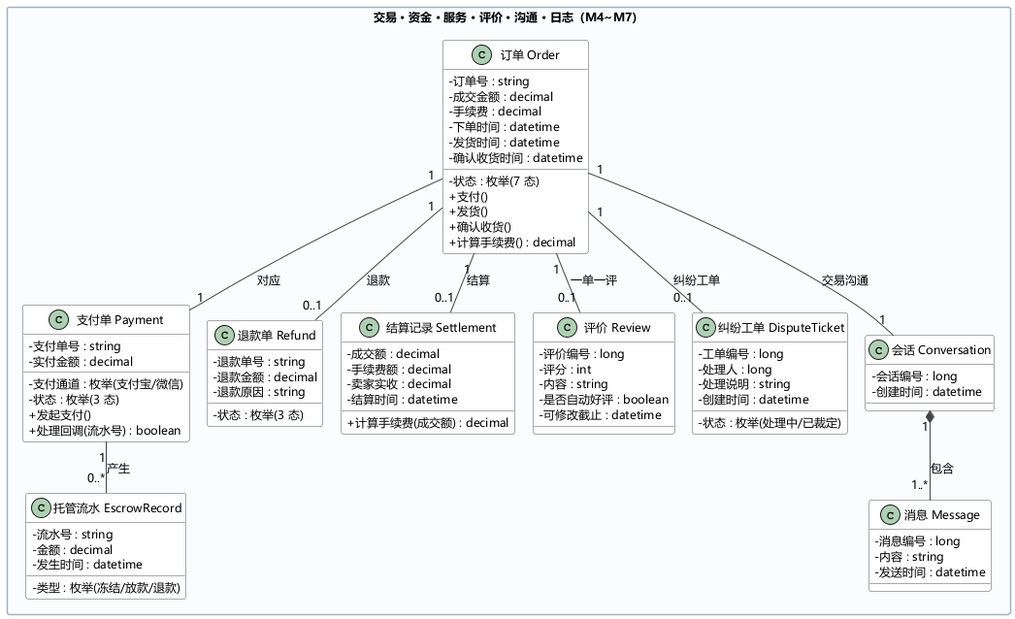
Above: lab02/UML/类图2_交易资金服务.png in XuHR233/SE-lab1-requirements (PlantUML), before the change. Source of this version:
```plantuml
@startuml
skinparam defaultFontName "Microsoft YaHei"
skinparam defaultFontSize 12
skinparam classAttributeIconSize 0
skinparam shadowing false
skinparam nodesep 18
skinparam ranksep 36
skinparam packageStyle rectangle
skinparam class {
  BackgroundColor #FEFEFE
  BorderColor #555555
  ArrowColor #444444
}
skinparam packageBackgroundColor #FAFCFE
skinparam packageBorderColor #9BB2C8

package "交易 · 资金 · 服务 · 评价 · 沟通 · 日志（M4~M7）" as P4 {
  class "订单 Order" as Order {
    -订单号 : string
    -成交金额 : decimal
    -手续费 : decimal
    -状态 : 枚举(7 态)
    -下单时间 : datetime
    -发货时间 : datetime
    -确认收货时间 : datetime
    +支付()
    +发货()
    +确认收货()
    +计算手续费() : decimal
  }
  class "支付单 Payment" as Payment {
    -支付单号 : string
    -支付通道 : 枚举(支付宝/微信)
    -实付金额 : decimal
    -状态 : 枚举(3 态)
    +发起支付()
    +处理回调(流水号) : boolean
  }
  class "托管流水 EscrowRecord" as EscrowRecord {
    -流水号 : string
    -类型 : 枚举(冻结/放款/退款)
    -金额 : decimal
    -发生时间 : datetime
  }
  class "退款单 Refund" as Refund {
    -退款单号 : string
    -退款金额 : decimal
    -退款原因 : string
    -状态 : 枚举(3 态)
  }
  class "结算记录 Settlement" as Settlement {
    -成交额 : decimal
    -手续费额 : decimal
    -卖家实收 : decimal
    -结算时间 : datetime
    +计算手续费(成交额) : decimal
  }
  class "评价 Review" as Review {
    -评价编号 : long
    -评分 : int
    -内容 : string
    -是否自动好评 : boolean
    -可修改截止 : datetime
  }
  class "纠纷工单 DisputeTicket" as DisputeTicket {
    -工单编号 : long
    -处理人 : long
    -处理说明 : string
    -状态 : 枚举(处理中/已裁定)
    -创建时间 : datetime
  }
  class "会话 Conversation" as Conversation {
    -会话编号 : long
    -创建时间 : datetime
  }
  class "消息 Message" as Message {
    -消息编号 : long
    -内容 : string
    -发送时间 : datetime
  }
}

Order "1" -- "1" Payment : 对应
Order "1" -- "0..1" Refund : 退款
Order "1" -- "0..1" Settlement : 结算
Order "1" -- "0..1" Review : 一单一评
Order "1" -- "0..1" DisputeTicket : 纠纷工单
Order "1" -- "1" Conversation : 交易沟通
Payment "1" -- "0..*" EscrowRecord : 产生
Conversation "1" *-- "1..*" Message : 包含

@enduml
```
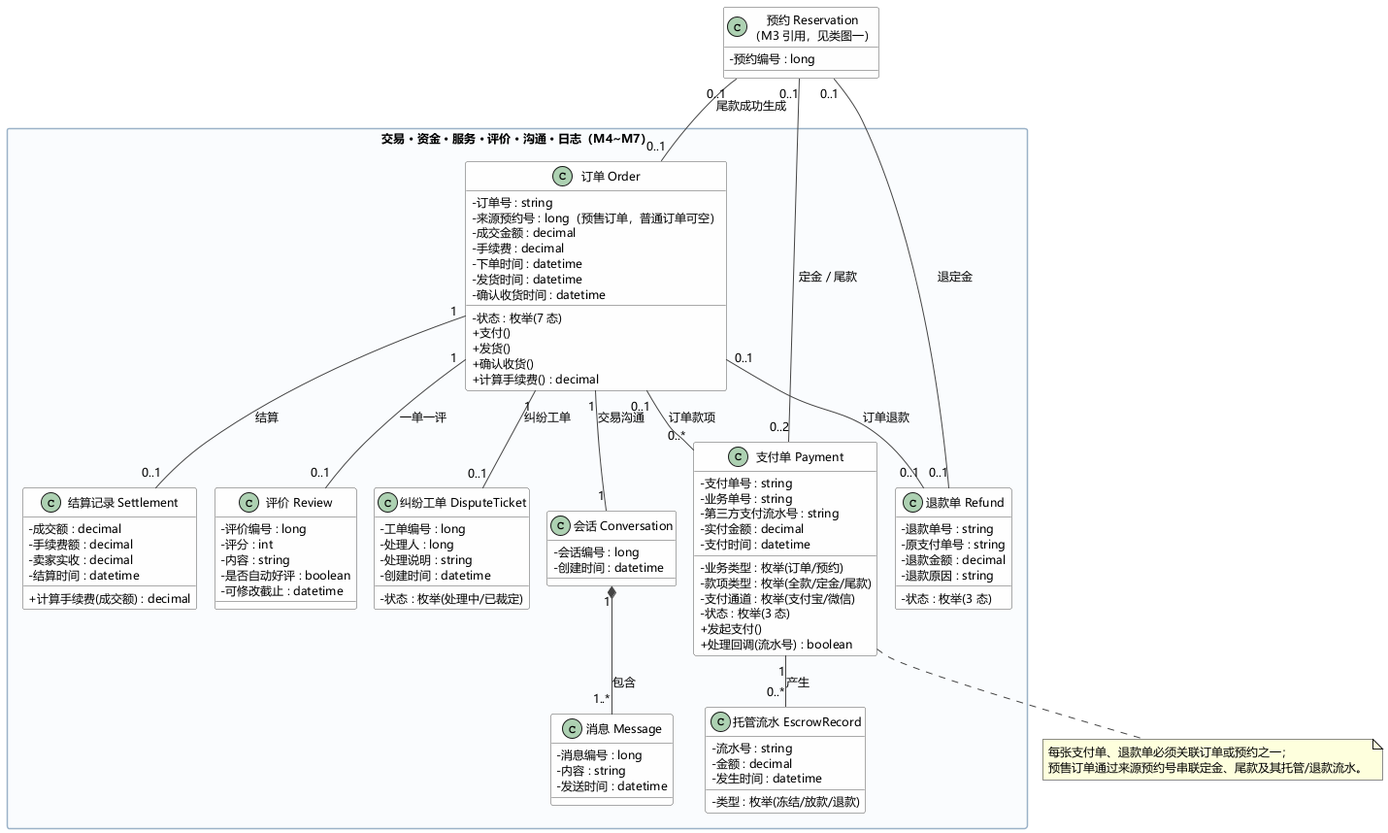
The same diagram one commit later.

Diff of the diagram source:
```diff
@@ -17,6 +17,7 @@
 package "交易 · 资金 · 服务 · 评价 · 沟通 · 日志（M4~M7）" as P4 {
   class "订单 Order" as Order {
     -订单号 : string
+    -来源预约号 : long（预售订单，普通订单可空）
     -成交金额 : decimal
     -手续费 : decimal
     -状态 : 枚举(7 态)
@@ -30,9 +31,14 @@
   }
   class "支付单 Payment" as Payment {
     -支付单号 : string
+    -业务类型 : 枚举(订单/预约)
+    -业务单号 : string
+    -款项类型 : 枚举(全款/定金/尾款)
     -支付通道 : 枚举(支付宝/微信)
+    -第三方支付流水号 : string
     -实付金额 : decimal
     -状态 : 枚举(3 态)
+    -支付时间 : datetime
     +发起支付()
     +处理回调(流水号) : boolean
   }
@@ -44,6 +50,7 @@
   }
   class "退款单 Refund" as Refund {
     -退款单号 : string
+    -原支付单号 : string
     -退款金额 : decimal
     -退款原因 : string
     -状态 : 枚举(3 态)
@@ -80,8 +87,15 @@
   }
 }
 
-Order "1" -- "1" Payment : 对应
-Order "1" -- "0..1" Refund : 退款
+class "预约 Reservation\n（M3 引用，见类图一）" as Reservation {
+  -预约编号 : long
+}
+
+Order "0..1" -- "0..*" Payment : 订单款项
+Reservation "0..1" -- "0..2" Payment : 定金 / 尾款
+Reservation "0..1" -- "0..1" Order : 尾款成功生成
+Order "0..1" -- "0..1" Refund : 订单退款
+Reservation "0..1" -- "0..1" Refund : 退定金
 Order "1" -- "0..1" Settlement : 结算
 Order "1" -- "0..1" Review : 一单一评
 Order "1" -- "0..1" DisputeTicket : 纠纷工单
@@ -89,4 +103,9 @@
 Payment "1" -- "0..*" EscrowRecord : 产生
 Conversation "1" *-- "1..*" Message : 包含
 
+note bottom of Payment
+  每张支付单、退款单必须关联订单或预约之一；
+  预售订单通过来源预约号串联定金、尾款及其托管/退款流水。
+end note
+
 @enduml
```
